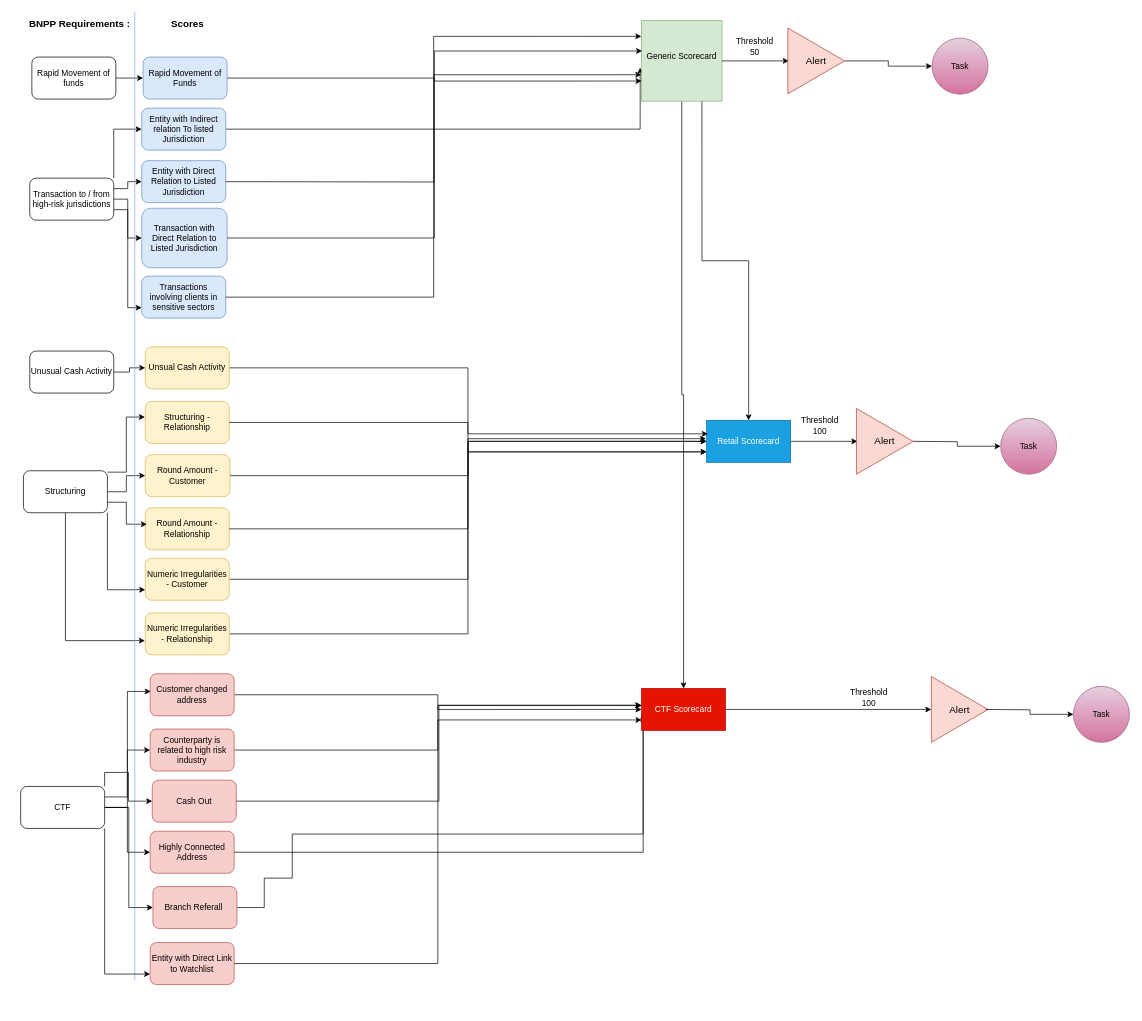
Earlier version of the draw.io diagram Retail Scorecard.drawio (q-jonathanzenouda/Customers). Source tidied: cells renumbered, new cells numbered last; positions are measured from the earlier drawing's top-left corner, leaving out a move shared by most shapes. Both pictures are drawn from the tidied source at 70%, with x=0, y=0 at pixel (20, 12).
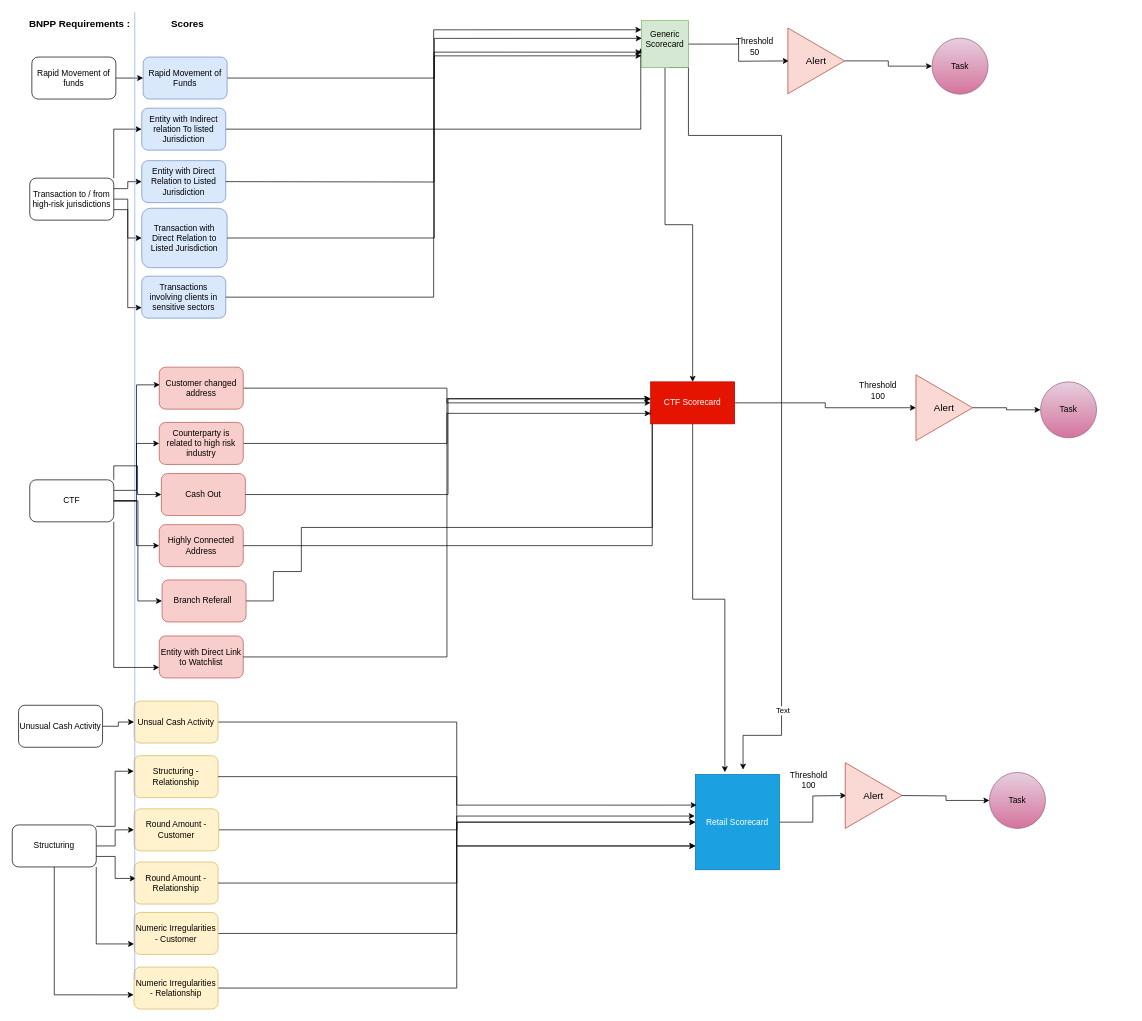
After the change.

Commit message:
Mettre à jour Retail Scorecard.drawio

Diff of the diagram source:
```diff
@@
     <mxCell id="4" value="Structuring" style="rounded=1;whiteSpace=wrap;html=1;" parent="1" vertex="1">
-      <mxGeometry x="4" y="655" width="120" height="60" as="geometry" />
+      <mxGeometry x="-12" y="1161" width="120" height="60" as="geometry" />
     </mxCell>
@@
-    <mxCell id="12" style="edgeStyle=orthogonalEdgeStyle;rounded=0;jettySize=auto;html=1;exitX=0.75;exitY=1;exitDx=0;exitDy=0;" parent="1" edge="1" source="14" target="41">
-      <mxGeometry relative="1" as="geometry" />
+    <mxCell id="12" style="edgeStyle=orthogonalEdgeStyle;rounded=0;jettySize=auto;html=1;exitX=0.583;exitY=1;exitDx=0;exitDy=0;exitPerimeter=0;" parent="1" edge="1" source="14">
+      <mxGeometry relative="1" as="geometry">
+        <mxPoint x="1032" y="1082" as="targetPoint" />
+        <Array as="points">
+          <mxPoint x="954" y="176" />
+          <mxPoint x="1087" y="176" />
+          <mxPoint x="1087" y="1033" />
+          <mxPoint x="1032" y="1033" />
+        </Array>
+      </mxGeometry>
     </mxCell>
+    <mxCell id="81" value="Text" style="edgeLabel;html=1;align=center;verticalAlign=middle;" parent="12" vertex="1">
+      <mxGeometry x="0.77" y="1" relative="1" as="geometry" />
+    </mxCell>
@@
     <mxCell id="14" value="Generic Scorecard&lt;br&gt;&lt;br&gt;" style="whiteSpace=wrap;html=1;fillColor=#d5e8d4;strokeColor=#82b366;" parent="1" vertex="1">
-      <mxGeometry x="887" y="12" width="115" height="115" as="geometry" />
+      <mxGeometry x="887" y="12" width="67" height="67" as="geometry" />
     </mxCell>
@@
     <mxCell id="19" value="Unsual Cash Activity" style="rounded=1;whiteSpace=wrap;html=1;fillColor=#fff2cc;strokeColor=#d6b656;" parent="1" vertex="1">
-      <mxGeometry x="178" y="478" width="120" height="60" as="geometry" />
+      <mxGeometry x="162" y="984" width="120" height="60" as="geometry" />
     </mxCell>
     <mxCell id="20" value="Structuring - Relationship" style="rounded=1;whiteSpace=wrap;html=1;fillColor=#fff2cc;strokeColor=#d6b656;" parent="1" vertex="1">
-      <mxGeometry x="178" y="556" width="120" height="60" as="geometry" />
+      <mxGeometry x="162" y="1062" width="120" height="60" as="geometry" />
     </mxCell>
@@
     <mxCell id="22" value="Round Amount - Customer" style="rounded=1;whiteSpace=wrap;html=1;fillColor=#fff2cc;strokeColor=#d6b656;" parent="1" vertex="1">
-      <mxGeometry x="178" y="632" width="121" height="60" as="geometry" />
+      <mxGeometry x="162" y="1138" width="121" height="60" as="geometry" />
     </mxCell>
     <mxCell id="23" value="Round Amount - Relationship" style="rounded=1;whiteSpace=wrap;html=1;fillColor=#fff2cc;strokeColor=#d6b656;" parent="1" vertex="1">
-      <mxGeometry x="178" y="708" width="120" height="60" as="geometry" />
+      <mxGeometry x="162" y="1214" width="120" height="60" as="geometry" />
     </mxCell>
@@
     <mxCell id="25" value="Numeric Irregularities - Customer" style="rounded=1;whiteSpace=wrap;html=1;fillColor=#fff2cc;strokeColor=#d6b656;" parent="1" vertex="1">
-      <mxGeometry x="178" y="780" width="120" height="60" as="geometry" />
+      <mxGeometry x="162" y="1286" width="120" height="60" as="geometry" />
     </mxCell>
@@
     <mxCell id="27" value="Numeric Irregularities - Relationship" style="rounded=1;whiteSpace=wrap;html=1;fillColor=#fff2cc;strokeColor=#d6b656;" parent="1" vertex="1">
-      <mxGeometry x="178" y="858" width="120" height="60" as="geometry" />
+      <mxGeometry x="162" y="1364" width="120" height="60" as="geometry" />
     </mxCell>
     <mxCell id="28" style="edgeStyle=orthogonalEdgeStyle;rounded=0;jettySize=auto;html=1;entryX=-0.004;entryY=0.371;entryDx=0;entryDy=0;entryPerimeter=0;" parent="1" edge="1" source="4" target="20">
       <mxGeometry relative="1" as="geometry">
         <Array as="points">
-          <mxPoint x="151" y="657" />
-          <mxPoint x="151" y="578" />
+          <mxPoint x="135" y="1163" />
+          <mxPoint x="135" y="1084" />
         </Array>
       </mxGeometry>
     </mxCell>
@@
     <mxCell id="32" value="Unusual Cash Activity" style="rounded=1;whiteSpace=wrap;html=1;" parent="1" vertex="1">
-      <mxGeometry x="13" y="484" width="120" height="60" as="geometry" />
+      <mxGeometry x="-3" y="990" width="120" height="60" as="geometry" />
     </mxCell>
@@
     <mxCell id="40" style="edgeStyle=orthogonalEdgeStyle;rounded=0;jettySize=auto;html=1;" parent="1" edge="1" source="41">
       <mxGeometry relative="1" as="geometry">
-        <mxPoint x="1195.4" y="613" as="targetPoint" />
+        <mxPoint x="1179.4" y="1119" as="targetPoint" />
       </mxGeometry>
     </mxCell>
     <mxCell id="41" value="Retail Scorecard" style="rounded=0;whiteSpace=wrap;html=1;fillColor=#1ba1e2;strokeColor=#006EAF;fontColor=#ffffff;" parent="1" vertex="1">
-      <mxGeometry x="980" y="583" width="120" height="60" as="geometry" />
+      <mxGeometry x="964" y="1089" width="120" height="136" as="geometry" />
     </mxCell>
@@
     <mxCell id="51" value="CTF" style="rounded=1;whiteSpace=wrap;html=1;" parent="1" vertex="1">
-      <mxGeometry y="1106" width="120" height="60" as="geometry" />
+      <mxGeometry x="13" y="668" width="120" height="60" as="geometry" />
     </mxCell>
@@
     <mxCell id="53" value="Customer changed address" style="rounded=1;whiteSpace=wrap;html=1;fillColor=#f8cecc;strokeColor=#b85450;" parent="1" vertex="1">
-      <mxGeometry x="185" y="945" width="120" height="60" as="geometry" />
+      <mxGeometry x="198" y="507" width="120" height="60" as="geometry" />
     </mxCell>
@@
     <mxCell id="55" value="Counterparty is related to high risk industry" style="rounded=1;whiteSpace=wrap;html=1;fillColor=#f8cecc;strokeColor=#b85450;" parent="1" vertex="1">
-      <mxGeometry x="185" y="1024" width="120" height="60" as="geometry" />
+      <mxGeometry x="198" y="586" width="120" height="60" as="geometry" />
     </mxCell>
     <mxCell id="56" value="Cash Out" style="rounded=1;whiteSpace=wrap;html=1;fillColor=#f8cecc;strokeColor=#b85450;" parent="1" vertex="1">
-      <mxGeometry x="188" y="1097" width="120" height="60" as="geometry" />
+      <mxGeometry x="201" y="659" width="120" height="60" as="geometry" />
     </mxCell>
     <mxCell id="57" value="Highly Connected Address" style="rounded=1;whiteSpace=wrap;html=1;fillColor=#f8cecc;strokeColor=#b85450;" parent="1" vertex="1">
-      <mxGeometry x="185" y="1170" width="120" height="60" as="geometry" />
+      <mxGeometry x="198" y="732" width="120" height="60" as="geometry" />
     </mxCell>
     <mxCell id="58" style="edgeStyle=orthogonalEdgeStyle;rounded=0;jettySize=auto;html=1;entryX=0.019;entryY=0.655;entryDx=0;entryDy=0;entryPerimeter=0;" parent="1" edge="1" source="59" target="69">
       <mxGeometry relative="1" as="geometry">
         <Array as="points">
-          <mxPoint x="348" y="1279" />
-          <mxPoint x="348" y="1237" />
-          <mxPoint x="388" y="1237" />
-          <mxPoint x="388" y="1174" />
+          <mxPoint x="361" y="841" />
+          <mxPoint x="361" y="799" />
+          <mxPoint x="401" y="799" />
+          <mxPoint x="401" y="736" />
         </Array>
       </mxGeometry>
     </mxCell>
     <mxCell id="59" value="Branch Referall&amp;nbsp;" style="rounded=1;whiteSpace=wrap;html=1;fillColor=#f8cecc;strokeColor=#b85450;" parent="1" vertex="1">
-      <mxGeometry x="189" y="1249" width="120" height="60" as="geometry" />
+      <mxGeometry x="202" y="811" width="120" height="60" as="geometry" />
     </mxCell>
     <mxCell id="60" value="Entity with Direct Link to Watchlist" style="rounded=1;whiteSpace=wrap;html=1;fillColor=#f8cecc;strokeColor=#b85450;" parent="1" vertex="1">
-      <mxGeometry x="185" y="1329" width="120" height="60" as="geometry" />
+      <mxGeometry x="198" y="891" width="120" height="60" as="geometry" />
     </mxCell>
@@
     <mxCell id="66" value="&lt;font style=&quot;font-size: 14px;&quot;&gt;Alert&lt;/font&gt;" style="triangle;whiteSpace=wrap;html=1;fillColor=#fad9d5;strokeColor=#ae4132;" parent="1" vertex="1">
-      <mxGeometry x="1194" y="566" width="81" height="94" as="geometry" />
+      <mxGeometry x="1178" y="1072" width="81" height="94" as="geometry" />
     </mxCell>
@@
     <mxCell id="68" value="&lt;font style=&quot;font-size: 14px;&quot;&gt;Alert&lt;/font&gt;" style="triangle;whiteSpace=wrap;html=1;fillColor=#fad9d5;strokeColor=#ae4132;" parent="1" vertex="1">
-      <mxGeometry x="1301" y="949" width="81" height="94" as="geometry" />
+      <mxGeometry x="1279" y="518" width="81" height="94" as="geometry" />
     </mxCell>
+    <mxCell id="82" style="edgeStyle=orthogonalEdgeStyle;rounded=0;jettySize=auto;html=1;exitX=0.5;exitY=1;exitDx=0;exitDy=0;entryX=0.35;entryY=-0.025;entryDx=0;entryDy=0;entryPerimeter=0;" parent="1" edge="1" source="69" target="41">
+      <mxGeometry relative="1" as="geometry" />
+    </mxCell>
     <mxCell id="69" value="CTF Scorecard" style="rounded=0;whiteSpace=wrap;html=1;fillColor=#e51400;strokeColor=#B20000;fontColor=#ffffff;" parent="1" vertex="1">
-      <mxGeometry x="887" y="966" width="120" height="60" as="geometry" />
+      <mxGeometry x="900" y="528" width="120" height="60" as="geometry" />
     </mxCell>
     <mxCell id="70" value="Threshold 100" style="text;html=1;strokeColor=none;fillColor=none;align=center;verticalAlign=middle;whiteSpace=wrap;rounded=0;" parent="1" vertex="1">
-      <mxGeometry x="1182" y="964" width="60" height="30" as="geometry" />
+      <mxGeometry x="1195" y="526" width="60" height="30" as="geometry" />
     </mxCell>
     <mxCell id="71" value="Threshold 100" style="text;html=1;strokeColor=none;fillColor=none;align=center;verticalAlign=middle;whiteSpace=wrap;rounded=0;" parent="1" vertex="1">
-      <mxGeometry x="1112" y="576" width="60" height="30" as="geometry" />
+      <mxGeometry x="1096" y="1082" width="60" height="30" as="geometry" />
     </mxCell>
-    <mxCell id="72" style="edgeStyle=orthogonalEdgeStyle;rounded=0;orthogonalLoop=1;jettySize=auto;html=1;" parent="1" edge="1">
+    <mxCell id="72" style="edgeStyle=orthogonalEdgeStyle;rounded=0;jettySize=auto;html=1;exitX=1;exitY=0.5;exitDx=0;exitDy=0;" parent="1" edge="1" source="14">
       <mxGeometry relative="1" as="geometry">
-        <mxPoint x="1002" y="69.5" as="sourcePoint" />
         <mxPoint x="1097.4" y="69.5" as="targetPoint" />
       </mxGeometry>
     </mxCell>
@@
     <mxCell id="77" style="edgeStyle=orthogonalEdgeStyle;rounded=0;jettySize=auto;html=1;exitX=1;exitY=0.5;exitDx=0;exitDy=0;entryX=0;entryY=0.5;entryDx=0;entryDy=0;" parent="1" edge="1" target="78">
       <mxGeometry relative="1" as="geometry">
-        <mxPoint x="1275" y="613" as="sourcePoint" />
+        <mxPoint x="1259" y="1119" as="sourcePoint" />
       </mxGeometry>
     </mxCell>
     <mxCell id="78" value="Task" style="ellipse;whiteSpace=wrap;html=1;fillColor=#e6d0de;gradientColor=#d5739d;strokeColor=#996185;" parent="1" vertex="1">
-      <mxGeometry x="1400" y="580" width="80" height="80" as="geometry" />
+      <mxGeometry x="1384" y="1086" width="80" height="80" as="geometry" />
     </mxCell>
-    <mxCell id="79" style="edgeStyle=orthogonalEdgeStyle;rounded=0;jettySize=auto;html=1;exitX=1;exitY=0.5;exitDx=0;exitDy=0;entryX=0;entryY=0.5;entryDx=0;entryDy=0;" parent="1" edge="1" target="80">
-      <mxGeometry relative="1" as="geometry">
-        <mxPoint x="1379" y="996" as="sourcePoint" />
-      </mxGeometry>
+    <mxCell id="79" style="edgeStyle=orthogonalEdgeStyle;rounded=0;jettySize=auto;html=1;exitX=1;exitY=0.5;exitDx=0;exitDy=0;entryX=0;entryY=0.5;entryDx=0;entryDy=0;" parent="1" edge="1" source="68" target="80">
+      <mxGeometry relative="1" as="geometry" />
     </mxCell>
     <mxCell id="80" value="Task" style="ellipse;whiteSpace=wrap;html=1;fillColor=#e6d0de;gradientColor=#d5739d;strokeColor=#996185;" parent="1" vertex="1">
-      <mxGeometry x="1504" y="963" width="80" height="80" as="geometry" />
+      <mxGeometry x="1457" y="528" width="80" height="80" as="geometry" />
     </mxCell>
```
